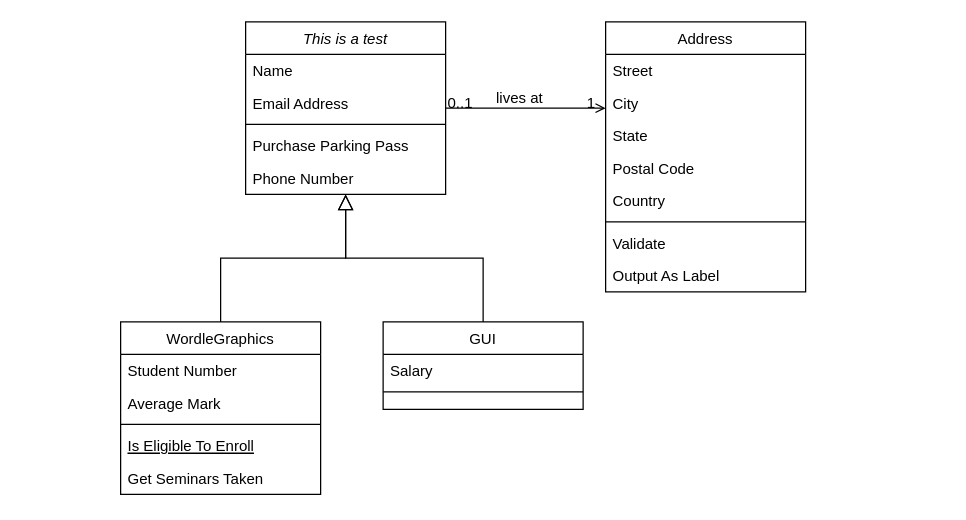
Above: Wordle++ UML Diagram.drawio in drewdezco/Wordle (draw.io), before the change. Source tidied: cells renumbered, new cells numbered last; positions are measured from the earlier drawing's top-left corner, leaving out a move shared by most shapes. Both pictures are drawn from the tidied source at 125%, with x=0, y=0 at pixel (120, 21).
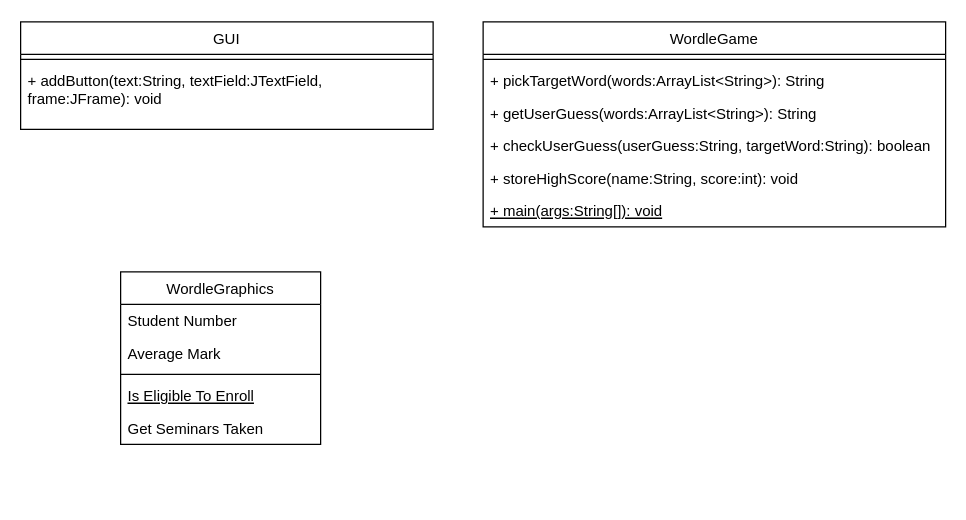
Above is the later version.

Commit message:
Made changes to UML Diagram: added WordleGame class and methods I used, and added a method under GUI class.

What changed in the source:
```diff
@@
-    <mxCell id="2" value="This is a test" style="swimlane;fontStyle=2;align=center;verticalAlign=top;horizontal=1;startSize=26;rounded=0;shadow=0;strokeWidth=1;" parent="1" vertex="1">
-      <mxGeometry x="100" width="160" height="138" as="geometry" />
-    </mxCell>
-    <mxCell id="3" value="Name" style="text;align=left;verticalAlign=top;spacingLeft=4;spacingRight=4;overflow=hidden;" parent="2" vertex="1">
-      <mxGeometry y="26" width="160" height="26" as="geometry" />
-    </mxCell>
-    <mxCell id="4" value="Email Address" style="text;align=left;verticalAlign=top;spacingLeft=4;spacingRight=4;overflow=hidden;rounded=0;shadow=0;html=0;" parent="2" vertex="1">
-      <mxGeometry y="52" width="160" height="26" as="geometry" />
-    </mxCell>
-    <mxCell id="5" style="line;html=1;strokeWidth=1;align=left;verticalAlign=middle;spacingTop=-1;spacingLeft=3;spacingRight=3;labelPosition=right;" parent="2" vertex="1">
-      <mxGeometry y="78" width="160" height="8" as="geometry" />
-    </mxCell>
-    <mxCell id="6" value="Purchase Parking Pass" style="text;align=left;verticalAlign=top;spacingLeft=4;spacingRight=4;overflow=hidden;" parent="2" vertex="1">
-      <mxGeometry y="86" width="160" height="26" as="geometry" />
-    </mxCell>
-    <mxCell id="7" value="Phone Number" style="text;align=left;verticalAlign=top;spacingLeft=4;spacingRight=4;overflow=hidden;rounded=0;shadow=0;html=0;" parent="2" vertex="1">
-      <mxGeometry y="112" width="160" height="26" as="geometry" />
-    </mxCell>
     <mxCell id="8" value="WordleGraphics" style="swimlane;fontStyle=0;align=center;verticalAlign=top;horizontal=1;startSize=26;rounded=0;shadow=0;strokeWidth=1;" parent="1" vertex="1">
-      <mxGeometry y="240" width="160" height="138" as="geometry" />
+      <mxGeometry y="200" width="160" height="138" as="geometry" />
     </mxCell>
@@
-    <mxCell id="14" style="endArrow=block;endSize=10;endFill=0;shadow=0;strokeWidth=1;rounded=0;edgeStyle=elbowEdgeStyle;elbow=vertical;" parent="1" edge="1" source="8" target="2">
-      <mxGeometry relative="1" as="geometry" />
-    </mxCell>
     <mxCell id="15" value="GUI" style="swimlane;fontStyle=0;align=center;verticalAlign=top;horizontal=1;startSize=26;rounded=0;shadow=0;strokeWidth=1;" parent="1" vertex="1">
-      <mxGeometry x="210" y="240" width="160" height="70" as="geometry" />
+      <mxGeometry x="-80" width="330" height="86" as="geometry" />
     </mxCell>
-    <mxCell id="16" value="Salary" style="text;align=left;verticalAlign=top;spacingLeft=4;spacingRight=4;overflow=hidden;" parent="15" vertex="1">
-      <mxGeometry y="26" width="160" height="26" as="geometry" />
-    </mxCell>
     <mxCell id="17" style="line;html=1;strokeWidth=1;align=left;verticalAlign=middle;spacingTop=-1;spacingLeft=3;spacingRight=3;labelPosition=right;" parent="15" vertex="1">
-      <mxGeometry y="52" width="160" height="8" as="geometry" />
+      <mxGeometry y="26" width="330" height="8" as="geometry" />
     </mxCell>
-    <mxCell id="18" style="endArrow=block;endSize=10;endFill=0;shadow=0;strokeWidth=1;rounded=0;edgeStyle=elbowEdgeStyle;elbow=vertical;" parent="1" edge="1" source="15" target="2">
-      <mxGeometry relative="1" as="geometry" />
-    </mxCell>
-    <mxCell id="19" value="Address" style="swimlane;fontStyle=0;align=center;verticalAlign=top;horizontal=1;startSize=26;rounded=0;shadow=0;strokeWidth=1;" parent="1" vertex="1">
-      <mxGeometry x="388" width="160" height="216" as="geometry" />
-    </mxCell>
-    <mxCell id="20" value="Street" style="text;align=left;verticalAlign=top;spacingLeft=4;spacingRight=4;overflow=hidden;" parent="19" vertex="1">
-      <mxGeometry y="26" width="160" height="26" as="geometry" />
-    </mxCell>
-    <mxCell id="21" value="City" style="text;align=left;verticalAlign=top;spacingLeft=4;spacingRight=4;overflow=hidden;rounded=0;shadow=0;html=0;" parent="19" vertex="1">
-      <mxGeometry y="52" width="160" height="26" as="geometry" />
-    </mxCell>
-    <mxCell id="22" value="State" style="text;align=left;verticalAlign=top;spacingLeft=4;spacingRight=4;overflow=hidden;rounded=0;shadow=0;html=0;" parent="19" vertex="1">
-      <mxGeometry y="78" width="160" height="26" as="geometry" />
-    </mxCell>
-    <mxCell id="23" value="Postal Code" style="text;align=left;verticalAlign=top;spacingLeft=4;spacingRight=4;overflow=hidden;rounded=0;shadow=0;html=0;" parent="19" vertex="1">
-      <mxGeometry y="104" width="160" height="26" as="geometry" />
-    </mxCell>
-    <mxCell id="24" value="Country" style="text;align=left;verticalAlign=top;spacingLeft=4;spacingRight=4;overflow=hidden;rounded=0;shadow=0;html=0;" parent="19" vertex="1">
-      <mxGeometry y="130" width="160" height="26" as="geometry" />
-    </mxCell>
-    <mxCell id="25" style="line;html=1;strokeWidth=1;align=left;verticalAlign=middle;spacingTop=-1;spacingLeft=3;spacingRight=3;labelPosition=right;" parent="19" vertex="1">
-      <mxGeometry y="156" width="160" height="8" as="geometry" />
-    </mxCell>
-    <mxCell id="26" value="Validate" style="text;align=left;verticalAlign=top;spacingLeft=4;spacingRight=4;overflow=hidden;" parent="19" vertex="1">
-      <mxGeometry y="164" width="160" height="26" as="geometry" />
-    </mxCell>
-    <mxCell id="27" value="Output As Label" style="text;align=left;verticalAlign=top;spacingLeft=4;spacingRight=4;overflow=hidden;" parent="19" vertex="1">
-      <mxGeometry y="190" width="160" height="26" as="geometry" />
-    </mxCell>
-    <mxCell id="28" style="endArrow=open;shadow=0;strokeWidth=1;rounded=0;endFill=1;edgeStyle=elbowEdgeStyle;elbow=vertical;" parent="1" edge="1" source="2" target="19">
-      <mxGeometry x="0.5" y="41" relative="1" as="geometry">
-        <mxPoint x="-40" y="32" as="offset" />
-      </mxGeometry>
-    </mxCell>
-    <mxCell id="29" value="0..1" style="align=left;verticalAlign=bottom;labelBackgroundColor=none;fontSize=12;" parent="28" vertex="1">
-      <mxGeometry x="-1" relative="1" as="geometry">
-        <mxPoint y="4" as="offset" />
-      </mxGeometry>
-    </mxCell>
-    <mxCell id="30" value="1" style="align=right;verticalAlign=bottom;labelBackgroundColor=none;fontSize=12;" parent="28" vertex="1">
-      <mxGeometry x="1" relative="1" as="geometry">
-        <mxPoint x="-7" y="4" as="offset" />
-      </mxGeometry>
-    </mxCell>
-    <mxCell id="31" value="lives at" style="text;html=1;align=center;verticalAlign=middle;labelBackgroundColor=none;rounded=0;shadow=0;strokeWidth=1;fontSize=12;" parent="28" vertex="1">
-      <mxGeometry x="0.5" y="49" relative="1" as="geometry">
-        <mxPoint x="-38" y="40" as="offset" />
-      </mxGeometry>
-    </mxCell>
+    <mxCell id="32" value="+ addButton(text:String, textField:JTextField,&#10;frame:JFrame): void" style="text;strokeColor=none;fillColor=none;align=left;verticalAlign=top;spacingLeft=4;spacingRight=4;overflow=hidden;" parent="15" vertex="1">
+      <mxGeometry y="34" width="330" height="36" as="geometry" />
+    </mxCell>
+    <mxCell id="33" value="WordleGame" style="swimlane;fontStyle=0;align=center;verticalAlign=top;horizontal=1;startSize=26;" parent="1" vertex="1">
+      <mxGeometry x="290" width="370" height="164" as="geometry" />
+    </mxCell>
+    <mxCell id="34" style="line;strokeWidth=1;fillColor=none;align=left;verticalAlign=middle;spacingTop=-1;spacingLeft=3;spacingRight=3;labelPosition=right;strokeColor=inherit;" parent="33" vertex="1">
+      <mxGeometry y="26" width="370" height="8" as="geometry" />
+    </mxCell>
+    <mxCell id="35" value="+ pickTargetWord(words:ArrayList&lt;String&gt;): String" style="text;strokeColor=none;fillColor=none;align=left;verticalAlign=top;spacingLeft=4;spacingRight=4;overflow=hidden;" parent="33" vertex="1">
+      <mxGeometry y="34" width="370" height="26" as="geometry" />
+    </mxCell>
+    <mxCell id="36" value="+ getUserGuess(words:ArrayList&lt;String&gt;): String" style="text;strokeColor=none;fillColor=none;align=left;verticalAlign=top;spacingLeft=4;spacingRight=4;overflow=hidden;" parent="33" vertex="1">
+      <mxGeometry y="60" width="370" height="26" as="geometry" />
+    </mxCell>
+    <mxCell id="37" value="+ checkUserGuess(userGuess:String, targetWord:String): boolean" style="text;strokeColor=none;fillColor=none;align=left;verticalAlign=top;spacingLeft=4;spacingRight=4;overflow=hidden;" parent="33" vertex="1">
+      <mxGeometry y="86" width="370" height="26" as="geometry" />
+    </mxCell>
+    <mxCell id="38" value="+ storeHighScore(name:String, score:int): void" style="text;strokeColor=none;fillColor=none;align=left;verticalAlign=top;spacingLeft=4;spacingRight=4;overflow=hidden;" parent="33" vertex="1">
+      <mxGeometry y="112" width="370" height="26" as="geometry" />
+    </mxCell>
+    <mxCell id="39" value="+ main(args:String[]): void" style="text;strokeColor=none;fillColor=none;align=left;verticalAlign=top;spacingLeft=4;spacingRight=4;overflow=hidden;fontStyle=4;" parent="33" vertex="1">
+      <mxGeometry y="138" width="370" height="26" as="geometry" />
+    </mxCell>
```
